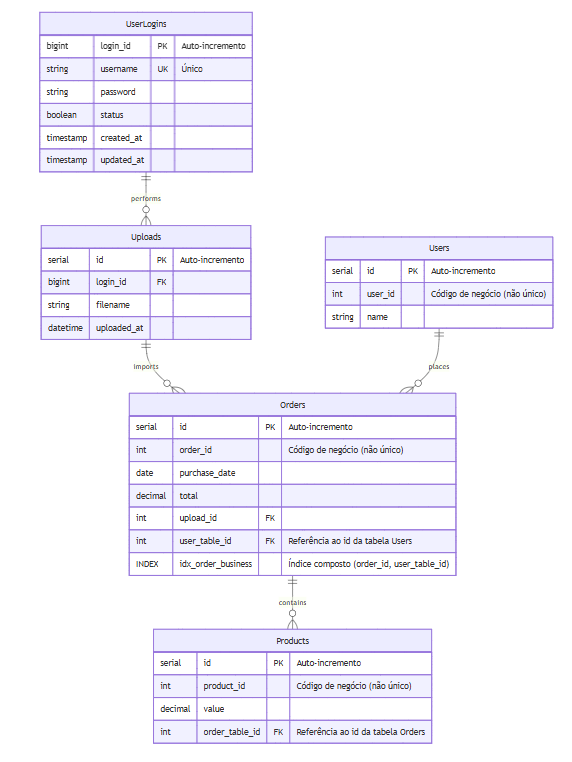
Earlier version of the Mermaid export docs/Diagrama-Entidade-Relacionamento.png (HigorJardini/Teste-LuizaLabs-Aiqfome). Its source is kept beside it as docs/Mermaid/Diagrama-Entidade-Relacionamento.mmd.
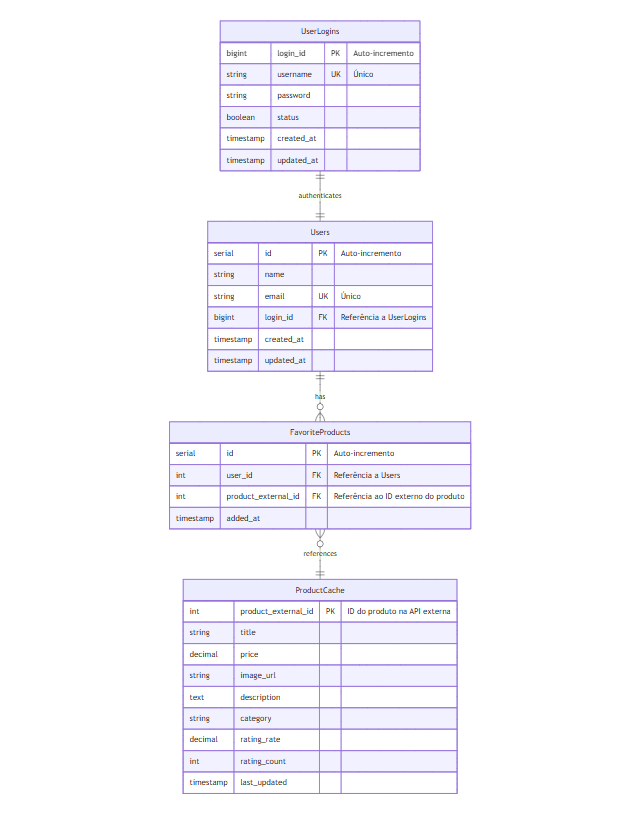
Above is the later version.

Diff of the diagram source:
```diff
@@ -10,35 +10,32 @@
 
   Users {
     serial id PK "Auto-incremento"
-    int user_id "Código de negócio (não único)"
     string name
+    string email UK "Único"
+    bigint login_id FK "Referência a UserLogins"
+    timestamp created_at
+    timestamp updated_at
   }
 
-  Uploads {
+  FavoriteProducts {
     serial id PK "Auto-incremento"
-    bigint login_id FK
-    string filename
-    datetime uploaded_at
+    int user_id FK "Referência a Users"
+    int product_external_id FK "Referência ao ID externo do produto"
+    timestamp added_at
   }
 
-  Orders {
-    serial id PK "Auto-incremento"
-    int order_id "Código de negócio (não único)"
-    date purchase_date
-    decimal total
-    int upload_id FK
-    int user_table_id FK "Referência ao id da tabela Users"
-    INDEX idx_order_business "Índice composto (order_id, user_table_id)"
+  ProductCache {
+    int product_external_id PK "ID do produto na API externa"
+    string title
+    decimal price
+    string image_url
+    text description
+    string category
+    decimal rating_rate
+    int rating_count
+    timestamp last_updated
   }
 
-  Products {
-    serial id PK "Auto-incremento"
-    int product_id "Código de negócio (não único)"
-    decimal value
-    int order_table_id FK "Referência ao id da tabela Orders"
-  }
-
-  UserLogins ||--o{ Uploads : performs
-  Uploads ||--o{ Orders : imports
-  Users ||--o{ Orders : places
-  Orders ||--o{ Products : contains
+  UserLogins ||--|| Users : authenticates
+  Users ||--o{ FavoriteProducts : has
+  FavoriteProducts }o--|| ProductCache : references
```
